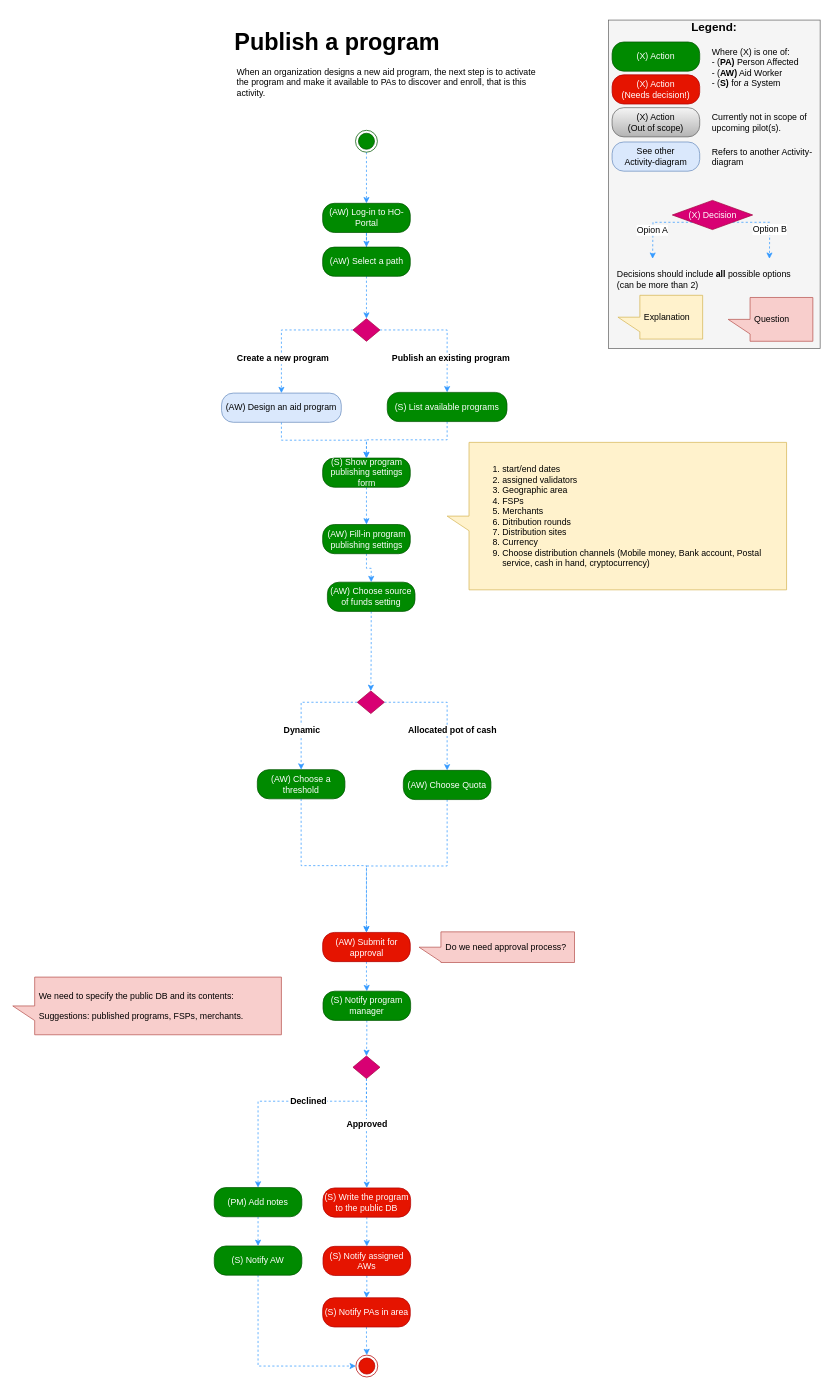
This is Activity Diagrams/Publish a program activity.drawio from nsward/diagrams, a draw.io file, before an edit. Source tidied: cells renumbered, new cells numbered last; positions are measured from the earlier drawing's top-left corner, leaving out a move shared by most shapes. Both pictures are drawn from the tidied source at 73%, with x=0, y=0 at pixel (12, 12).
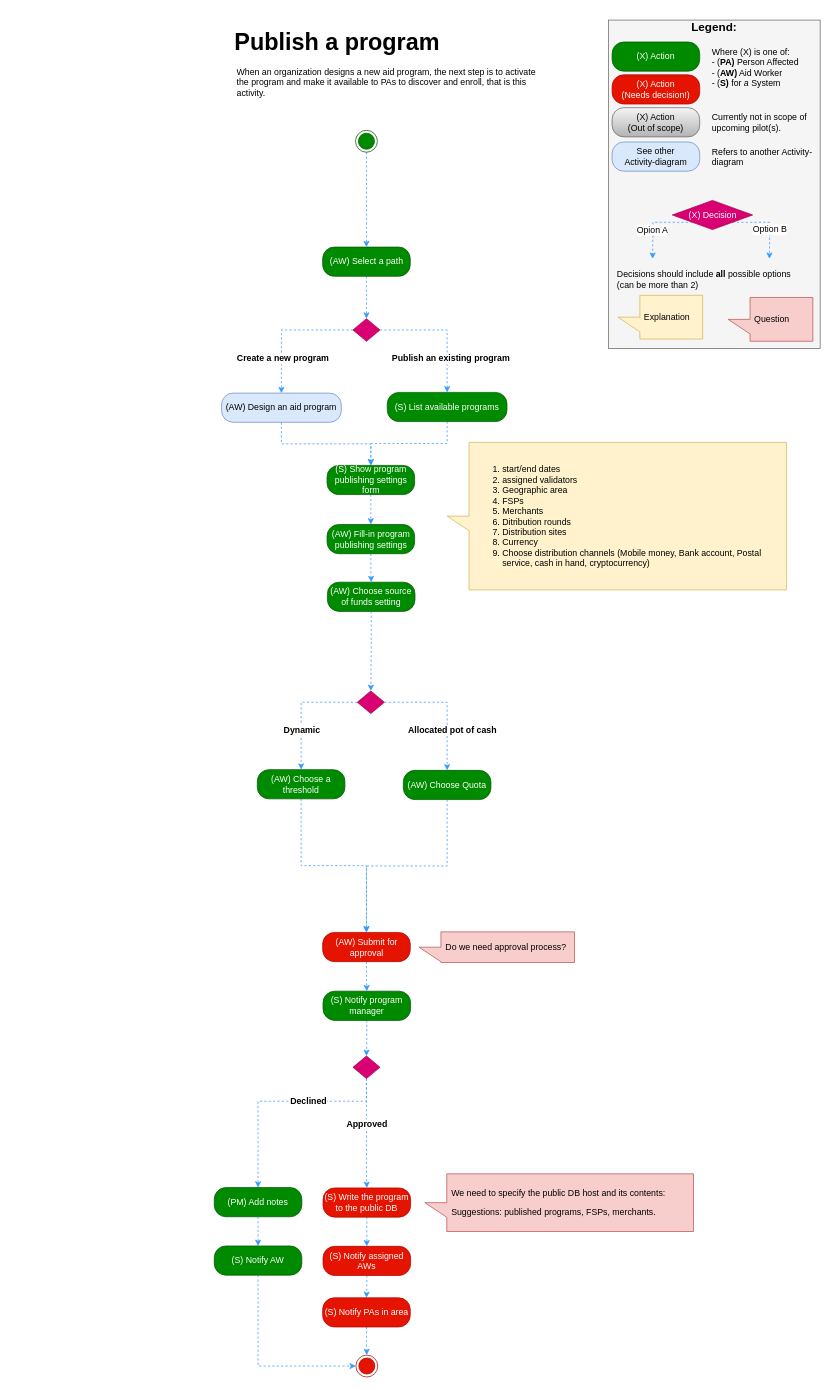
After the change.

Unchanged cells that the change refers to:
```xml
<mxCell id="3" style="ellipse;html=1;shape=endState;fillColor=#008a00;strokeColor=#005700;fontColor=#ffffff;" parent="1" vertex="1">
  <mxGeometry x="469.5" y="161" width="30" height="30" as="geometry" />
</mxCell>
<mxCell id="9" value="(AW) Select a path" style="rounded=1;whiteSpace=wrap;html=1;arcSize=40;fillColor=#008a00;strokeColor=#005700;fontColor=#ffffff;" parent="1" vertex="1">
  <mxGeometry x="424.5" y="321" width="120" height="40" as="geometry" />
</mxCell>
<mxCell id="50" style="ellipse;html=1;shape=endState;fillColor=#e51400;strokeColor=#B20000;fontColor=#ffffff;" parent="1" vertex="1">
  <mxGeometry x="470" y="1838.8" width="30" height="30" as="geometry" />
</mxCell>
<mxCell id="76" value="(S) Notify AW&lt;br&gt;" style="rounded=1;whiteSpace=wrap;html=1;arcSize=40;fillColor=#008a00;strokeColor=#005700;fontColor=#ffffff;" parent="1" vertex="1">
  <mxGeometry x="276" y="1689.3" width="120" height="40" as="geometry" />
</mxCell>
```

Diff of the diagram source:
```diff
@@
-    <mxCell id="2" style="edgeStyle=orthogonalEdgeStyle;rounded=0;jettySize=auto;html=1;entryX=0.5;entryY=0;entryDx=0;entryDy=0;strokeColor=#3399FF;fontColor=#ffffff;dashed=1;" parent="1" edge="1" source="3" target="5">
-      <mxGeometry relative="1" as="geometry" />
-    </mxCell>
+    <mxCell id="79" style="edgeStyle=orthogonalEdgeStyle;rounded=0;jettySize=auto;html=1;entryX=0.5;entryY=0;entryDx=0;entryDy=0;dashed=1;strokeColor=#3399FF;fontColor=#000000;" parent="1" edge="1" source="3" target="9">
+      <mxGeometry relative="1" as="geometry" />
+    </mxCell>
@@
-    <mxCell id="4" style="edgeStyle=orthogonalEdgeStyle;rounded=0;jettySize=auto;html=1;dashed=1;fontColor=#ffffff;strokeColor=#3399FF;" parent="1" edge="1" source="5" target="9">
-      <mxGeometry relative="1" as="geometry" />
-    </mxCell>
-    <mxCell id="5" value="(AW) Log-in to HO-Portal" style="rounded=1;whiteSpace=wrap;html=1;arcSize=40;fillColor=#008a00;strokeColor=#005700;fontColor=#ffffff;" parent="1" vertex="1">
-      <mxGeometry x="424.5" y="261" width="120" height="40" as="geometry" />
-    </mxCell>
@@
     <mxCell id="11" value="(S) Show program publishing settings form" style="rounded=1;whiteSpace=wrap;html=1;arcSize=40;fillColor=#008a00;strokeColor=#005700;fontColor=#ffffff;" parent="1" vertex="1">
-      <mxGeometry x="424.5" y="610" width="120" height="40" as="geometry" />
+      <mxGeometry x="430.5" y="620" width="120" height="40" as="geometry" />
     </mxCell>
@@
     <mxCell id="13" value="(AW) Fill-in program publishing settings" style="rounded=1;whiteSpace=wrap;html=1;arcSize=40;fillColor=#008a00;strokeColor=#005700;fontColor=#ffffff;" parent="1" vertex="1">
-      <mxGeometry x="424.5" y="701" width="120" height="40" as="geometry" />
+      <mxGeometry x="430.5" y="701" width="120" height="40" as="geometry" />
     </mxCell>
@@
-    <mxCell id="55" value="&lt;p&gt;We need to specify the public DB and its contents:&lt;/p&gt;&lt;p&gt;Suggestions: published programs, FSPs, merchants.&lt;/p&gt;" style="shape=callout;whiteSpace=wrap;html=1;perimeter=calloutPerimeter;fillColor=#f8cecc;fontSize=12;align=left;strokeColor=#b85450;spacingLeft=4;direction=south;" parent="1" vertex="1">
-      <mxGeometry y="1321" width="368" height="79" as="geometry" />
+    <mxCell id="55" value="&lt;p&gt;We need to specify the public DB host and its contents:&lt;/p&gt;&lt;p&gt;Suggestions: published programs, FSPs, merchants.&lt;/p&gt;" style="shape=callout;whiteSpace=wrap;html=1;perimeter=calloutPerimeter;fillColor=#f8cecc;fontSize=12;align=left;strokeColor=#b85450;spacingLeft=4;direction=south;" parent="1" vertex="1">
+      <mxGeometry x="564.5" y="1590.5" width="368" height="79" as="geometry" />
     </mxCell>
@@
     <mxCell id="75" style="edgeStyle=orthogonalEdgeStyle;rounded=0;jettySize=auto;html=1;entryX=0;entryY=0.5;entryDx=0;entryDy=0;dashed=1;strokeColor=#3399FF;fontColor=#000000;" parent="1" edge="1" source="76" target="50">
       <mxGeometry relative="1" as="geometry">
         <Array as="points">
-          <mxPoint x="336" y="1854" />
+          <mxPoint x="336" y="1853" />
         </Array>
       </mxGeometry>
     </mxCell>
```
